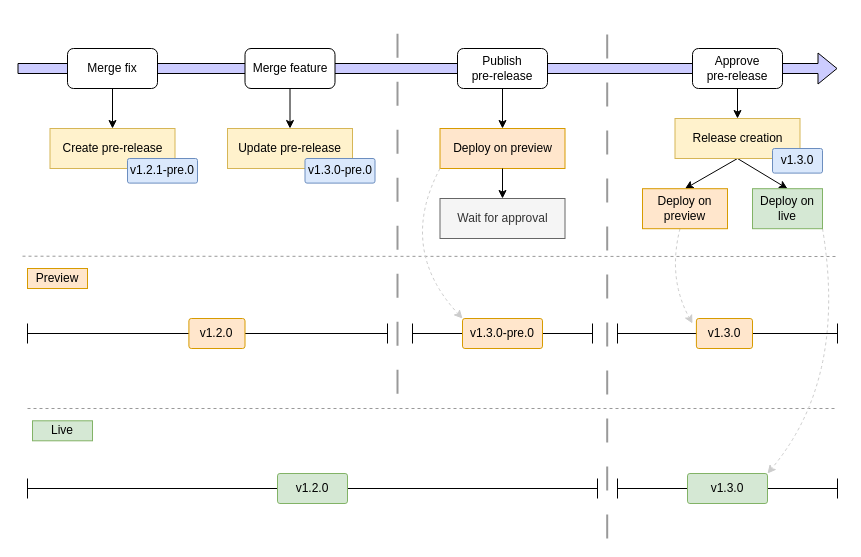
Earlier version of the draw.io diagram page "fix then feature" (3 of 5) of assets/workflow_pre-release.drawio (gscandola/releases_playground). Source tidied: cells renumbered, new cells numbered last; positions are measured from the earlier drawing's top-left corner, leaving out a move shared by most shapes. Both pictures are drawn from the tidied source at 100%, with x=0, y=0 at pixel (17, 18).
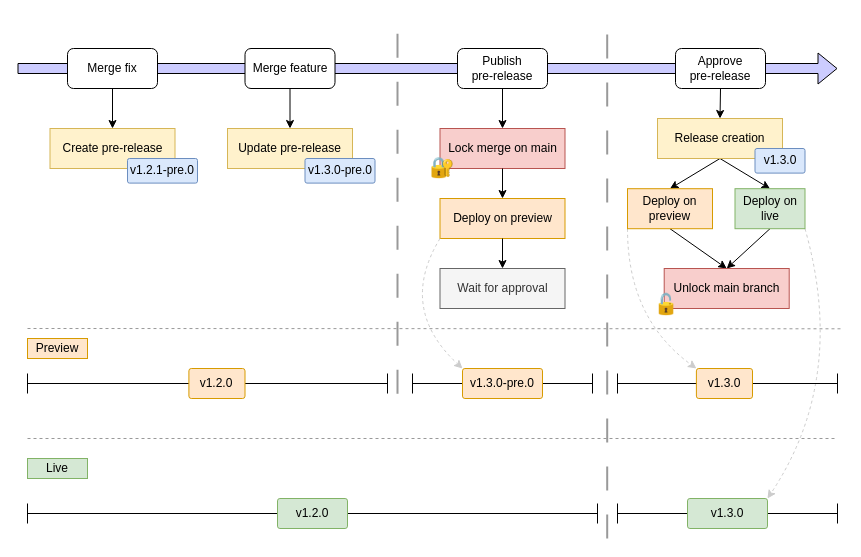
Above is the later version.

Commit message (it also covers changes not shown here):
docs: update schema with lock

The change refers to these unchanged cells:
```xml
<mxCell id="9" value="Publish&lt;br&gt;pre-release" style="rounded=1;whiteSpace=wrap;html=1;" parent="1" vertex="1">
  <mxGeometry x="440" y="30" width="90" height="40" as="geometry" />
</mxCell>
```

What changed in the source:
```diff
@@
     <mxCell id="5" style="endArrow=none;html=1;rounded=0;strokeColor=#999999;dashed=1;" parent="1" edge="1">
       <mxGeometry relative="1" as="geometry">
-        <mxPoint x="5" y="237.7" as="sourcePoint" />
-        <mxPoint x="820" y="238" as="targetPoint" />
+        <mxPoint x="10" y="310" as="sourcePoint" />
+        <mxPoint x="825" y="310.3" as="targetPoint" />
       </mxGeometry>
     </mxCell>
     <mxCell id="6" value="Preview" style="rounded=0;whiteSpace=wrap;html=1;fillColor=#ffe6cc;strokeColor=#d79b00;" parent="1" vertex="1">
-      <mxGeometry x="10" y="250" width="60" height="20" as="geometry" />
+      <mxGeometry x="10" y="320" width="60" height="20" as="geometry" />
     </mxCell>
     <mxCell id="7" style="endArrow=none;html=1;rounded=0;strokeColor=#999999;dashed=1;" parent="1" edge="1">
       <mxGeometry relative="1" as="geometry">
-        <mxPoint x="10" y="390" as="sourcePoint" />
-        <mxPoint x="820" y="390" as="targetPoint" />
+        <mxPoint x="10" y="420" as="sourcePoint" />
+        <mxPoint x="820" y="420" as="targetPoint" />
       </mxGeometry>
     </mxCell>
     <mxCell id="8" value="Live" style="rounded=0;whiteSpace=wrap;html=1;fillColor=#d5e8d4;strokeColor=#82b366;" parent="1" vertex="1">
-      <mxGeometry x="15" y="402.3" width="60" height="20" as="geometry" />
+      <mxGeometry x="10" y="440" width="60" height="20" as="geometry" />
     </mxCell>
@@
-    <mxCell id="11" style="endArrow=classic;html=1;rounded=0;exitX=0.5;exitY=1;exitDx=0;exitDy=0;entryX=0.5;entryY=0;entryDx=0;entryDy=0;" parent="1" edge="1" source="9" target="12">
+    <mxCell id="11" style="endArrow=classic;html=1;rounded=0;exitX=0.5;exitY=1;exitDx=0;exitDy=0;entryX=0.5;entryY=0;entryDx=0;entryDy=0;" parent="1" edge="1" source="9" target="50">
       <mxGeometry relative="1" as="geometry" />
     </mxCell>
     <mxCell id="12" value="Deploy on preview" style="rounded=0;whiteSpace=wrap;html=1;fillColor=#ffe6cc;strokeColor=#d79b00;" parent="1" vertex="1">
-      <mxGeometry x="422.5" y="110" width="125" height="40" as="geometry" />
+      <mxGeometry x="422.5" y="180" width="125" height="40" as="geometry" />
     </mxCell>
@@
     <mxCell id="14" value="Wait for approval" style="rounded=0;whiteSpace=wrap;html=1;fillColor=#f5f5f5;strokeColor=#666666;fontColor=#333333;" parent="1" vertex="1">
-      <mxGeometry x="422.5" y="180" width="125" height="40" as="geometry" />
+      <mxGeometry x="422.5" y="250" width="125" height="40" as="geometry" />
     </mxCell>
     <mxCell id="15" style="endArrow=classic;html=1;rounded=0;entryX=0;entryY=0;entryDx=0;entryDy=0;exitX=0;exitY=1;exitDx=0;exitDy=0;curved=1;strokeColor=#CCCCCC;dashed=1;" parent="1" edge="1" source="12" target="40">
       <mxGeometry relative="1" as="geometry">
         <Array as="points">
-          <mxPoint x="380" y="230" />
+          <mxPoint x="380" y="290" />
         </Array>
       </mxGeometry>
     </mxCell>
@@
     <mxCell id="18" value="Approve&lt;br&gt;pre-release" style="rounded=1;whiteSpace=wrap;html=1;" parent="1" vertex="1">
-      <mxGeometry x="675" y="30" width="90" height="40" as="geometry" />
+      <mxGeometry x="658" y="30" width="90" height="40" as="geometry" />
     </mxCell>
@@
-    <mxCell id="21" style="rounded=0;jettySize=auto;html=1;entryX=0;entryY=0;entryDx=0;entryDy=0;dashed=1;curved=1;strokeColor=#CCCCCC;" parent="1" edge="1" source="22">
+    <mxCell id="21" style="rounded=0;jettySize=auto;html=1;entryX=0;entryY=0;entryDx=0;entryDy=0;dashed=1;curved=1;strokeColor=#CCCCCC;exitX=0;exitY=1;exitDx=0;exitDy=0;" parent="1" edge="1" source="22" target="43">
       <mxGeometry relative="1" as="geometry">
-        <mxPoint x="675" y="305" as="targetPoint" />
         <Array as="points">
-          <mxPoint x="650" y="260" />
+          <mxPoint x="610" y="300" />
         </Array>
       </mxGeometry>
     </mxCell>
+    <mxCell id="47" style="rounded=0;jettySize=auto;html=1;exitX=0.5;exitY=1;exitDx=0;exitDy=0;entryX=0.5;entryY=0;entryDx=0;entryDy=0;" parent="1" edge="1" source="22" target="58">
+      <mxGeometry relative="1" as="geometry" />
+    </mxCell>
     <mxCell id="22" value="Deploy on preview" style="rounded=0;whiteSpace=wrap;html=1;fillColor=#ffe6cc;strokeColor=#d79b00;" parent="1" vertex="1">
-      <mxGeometry x="625" y="170.2" width="85" height="40" as="geometry" />
+      <mxGeometry x="610" y="170.2" width="85" height="40" as="geometry" />
     </mxCell>
@@
+    <mxCell id="48" style="rounded=0;jettySize=auto;html=1;exitX=0.5;exitY=1;exitDx=0;exitDy=0;entryX=0.5;entryY=0;entryDx=0;entryDy=0;" parent="1" edge="1" source="24" target="58">
+      <mxGeometry relative="1" as="geometry" />
+    </mxCell>
     <mxCell id="24" value="Deploy on live" style="rounded=0;whiteSpace=wrap;html=1;fillColor=#d5e8d4;strokeColor=#82b366;" parent="1" vertex="1">
-      <mxGeometry x="735" y="170.2" width="70" height="40" as="geometry" />
+      <mxGeometry x="717.5" y="170.2" width="70" height="40" as="geometry" />
     </mxCell>
@@
     <mxCell id="28" style="group;" parent="1" vertex="1">
-      <mxGeometry x="657.5" y="100" width="147.5" height="54.6" as="geometry" />
+      <mxGeometry x="640" y="100" width="147.5" height="54.6" as="geometry" />
     </mxCell>
@@
-    <mxCell id="31" style="shape=crossbar;whiteSpace=wrap;html=1;rounded=1;" parent="1" vertex="1">
-      <mxGeometry x="600" y="460" width="220" height="20" as="geometry" />
-    </mxCell>
-    <mxCell id="32" value="v1.3.0" style="rounded=1;whiteSpace=wrap;html=1;arcSize=8;rotation=0;fillColor=#d5e8d4;strokeColor=#82b366;" parent="1" vertex="1">
-      <mxGeometry x="670" y="455" width="80" height="30" as="geometry" />
-    </mxCell>
@@
-    <mxCell id="38" style="shape=crossbar;whiteSpace=wrap;html=1;rounded=1;" parent="1" vertex="1">
-      <mxGeometry x="395" y="305" width="180" height="20" as="geometry" />
-    </mxCell>
-    <mxCell id="39" style="shape=crossbar;whiteSpace=wrap;html=1;rounded=1;" parent="1" vertex="1">
-      <mxGeometry x="600" y="305" width="220" height="20" as="geometry" />
-    </mxCell>
-    <mxCell id="40" value="v1.3.0-pre.0" style="rounded=1;whiteSpace=wrap;html=1;arcSize=8;rotation=0;fillColor=#ffe6cc;strokeColor=#d79b00;" parent="1" vertex="1">
-      <mxGeometry x="445" y="300" width="80" height="30" as="geometry" />
-    </mxCell>
-    <mxCell id="41" style="shape=crossbar;whiteSpace=wrap;html=1;rounded=1;" parent="1" vertex="1">
-      <mxGeometry x="10" y="305" width="360" height="20" as="geometry" />
-    </mxCell>
-    <mxCell id="42" value="v1.2.0" style="rounded=1;whiteSpace=wrap;html=1;arcSize=8;rotation=0;fillColor=#ffe6cc;strokeColor=#d79b00;" parent="1" vertex="1">
-      <mxGeometry x="171.4" y="300" width="56.1" height="30" as="geometry" />
-    </mxCell>
-    <mxCell id="43" value="v1.3.0" style="rounded=1;whiteSpace=wrap;html=1;arcSize=8;rotation=0;fillColor=#ffe6cc;strokeColor=#d79b00;" parent="1" vertex="1">
-      <mxGeometry x="678.9" y="300" width="56.1" height="30" as="geometry" />
-    </mxCell>
     <mxCell id="44" style="group;" parent="1" vertex="1">
-      <mxGeometry x="10" y="455" width="570" height="30" as="geometry" />
+      <mxGeometry x="10" y="480" width="570" height="30" as="geometry" />
     </mxCell>
@@
+    <mxCell id="49" style="group;" parent="1" vertex="1">
+      <mxGeometry x="410" y="110" width="137.5" height="53" as="geometry" />
+    </mxCell>
+    <mxCell id="50" value="Lock merge on main" style="rounded=0;whiteSpace=wrap;html=1;fillColor=#f8cecc;strokeColor=#b85450;gradientColor=none;" parent="49" vertex="1">
+      <mxGeometry x="12.5" width="125" height="40" as="geometry" />
+    </mxCell>
+    <mxCell id="51" value="&lt;font style=&quot;font-size: 20px;&quot;&gt;🔐&lt;/font&gt;" style="text;html=1;strokeColor=none;fillColor=none;align=center;verticalAlign=middle;whiteSpace=wrap;rounded=0;" parent="49" vertex="1">
+      <mxGeometry y="23" width="30" height="30" as="geometry" />
+    </mxCell>
+    <mxCell id="52" style="edgeStyle=orthogonalEdgeStyle;rounded=0;jettySize=auto;html=1;exitX=0.5;exitY=1;exitDx=0;exitDy=0;entryX=0.5;entryY=0;entryDx=0;entryDy=0;" parent="1" edge="1" source="50" target="12">
+      <mxGeometry relative="1" as="geometry" />
+    </mxCell>
+    <mxCell id="53" style="group;" parent="1" vertex="1">
+      <mxGeometry x="10" y="350" width="360" height="30" as="geometry" />
+    </mxCell>
+    <mxCell id="41" style="shape=crossbar;whiteSpace=wrap;html=1;rounded=1;" parent="53" vertex="1">
+      <mxGeometry y="5" width="360" height="20" as="geometry" />
+    </mxCell>
+    <mxCell id="42" value="v1.2.0" style="rounded=1;whiteSpace=wrap;html=1;arcSize=8;rotation=0;fillColor=#ffe6cc;strokeColor=#d79b00;" parent="53" vertex="1">
+      <mxGeometry x="161.4" width="56.1" height="30" as="geometry" />
+    </mxCell>
+    <mxCell id="54" style="group;" parent="1" vertex="1">
+      <mxGeometry x="395" y="350" width="180" height="30" as="geometry" />
+    </mxCell>
+    <mxCell id="38" style="shape=crossbar;whiteSpace=wrap;html=1;rounded=1;" parent="54" vertex="1">
+      <mxGeometry y="5" width="180" height="20" as="geometry" />
+    </mxCell>
+    <mxCell id="40" value="v1.3.0-pre.0" style="rounded=1;whiteSpace=wrap;html=1;arcSize=8;rotation=0;fillColor=#ffe6cc;strokeColor=#d79b00;" parent="54" vertex="1">
+      <mxGeometry x="50" width="80" height="30" as="geometry" />
+    </mxCell>
+    <mxCell id="55" style="group;" parent="1" vertex="1">
+      <mxGeometry x="600" y="350" width="220" height="30" as="geometry" />
+    </mxCell>
+    <mxCell id="39" style="shape=crossbar;whiteSpace=wrap;html=1;rounded=1;" parent="55" vertex="1">
+      <mxGeometry y="5" width="220" height="20" as="geometry" />
+    </mxCell>
+    <mxCell id="43" value="v1.3.0" style="rounded=1;whiteSpace=wrap;html=1;arcSize=8;rotation=0;fillColor=#ffe6cc;strokeColor=#d79b00;" parent="55" vertex="1">
+      <mxGeometry x="78.9" width="56.1" height="30" as="geometry" />
+    </mxCell>
+    <mxCell id="56" style="group;" parent="1" vertex="1">
+      <mxGeometry x="600" y="480" width="220" height="30" as="geometry" />
+    </mxCell>
+    <mxCell id="31" style="shape=crossbar;whiteSpace=wrap;html=1;rounded=1;" parent="56" vertex="1">
+      <mxGeometry y="5" width="220" height="20" as="geometry" />
+    </mxCell>
+    <mxCell id="32" value="v1.3.0" style="rounded=1;whiteSpace=wrap;html=1;arcSize=8;rotation=0;fillColor=#d5e8d4;strokeColor=#82b366;" parent="56" vertex="1">
+      <mxGeometry x="70" width="80" height="30" as="geometry" />
+    </mxCell>
+    <mxCell id="57" style="group;" parent="1" vertex="1">
+      <mxGeometry x="634.2" y="250" width="137.5" height="50" as="geometry" />
+    </mxCell>
+    <mxCell id="58" value="Unlock main branch" style="rounded=0;whiteSpace=wrap;html=1;fillColor=#f8cecc;strokeColor=#b85450;gradientColor=none;" parent="57" vertex="1">
+      <mxGeometry x="12.5" width="125" height="40" as="geometry" />
+    </mxCell>
+    <mxCell id="59" value="&lt;span style=&quot;font-size: 20px;&quot;&gt;🔓&lt;/span&gt;" style="text;html=1;strokeColor=none;fillColor=none;align=center;verticalAlign=middle;whiteSpace=wrap;rounded=0;" parent="57" vertex="1">
+      <mxGeometry y="20" width="30" height="30" as="geometry" />
+    </mxCell>
```
